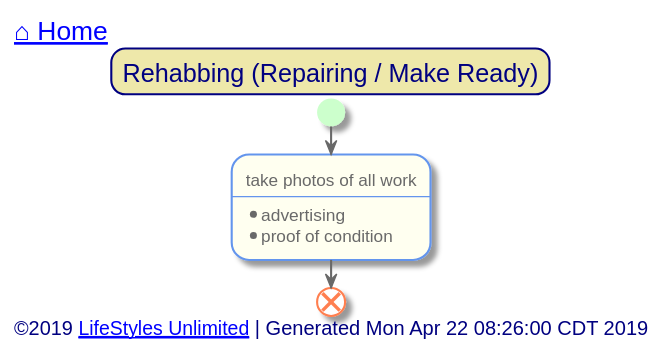
Above: out/src/single-family/rehabbing.svg in toddmo/lifestylesunlimited (PlantUML), before the change.
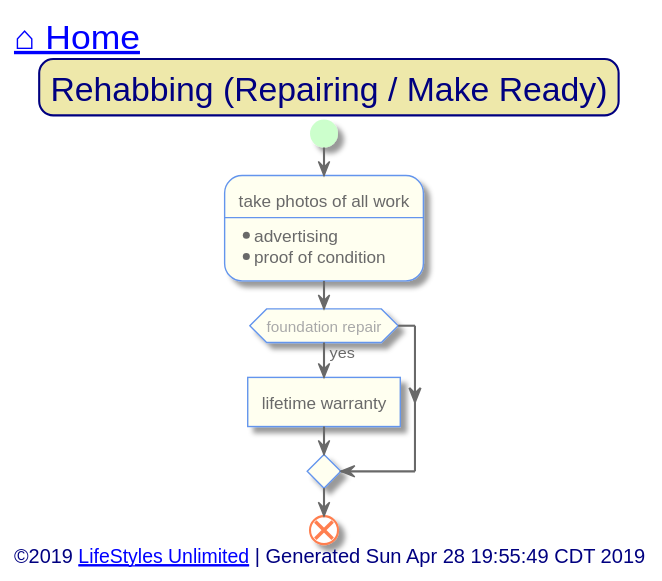
Above is the later version.

Change to the diagram source:
```diff
@@ -11,11 +11,13 @@
   BackgroundColor PaleGoldenRod
   BorderColor Navy
   BorderRoundCorner 20
+  FontSize 24
 }
 
 skinparam activity {
   BackgroundColor Ivory
   BorderColor CornflowerBlue
+  BorderThickness 1
   FontColor DimGray
 
 
@@ -73,7 +75,7 @@
 
 
 left header
-	<font color=Navy size=18>[[../index.svg ⌂ Home]]</font>
+	<font color=Navy size=24>[[../index.svg ⌂ Home]]</font>
 endheader
 
 
@@ -85,11 +87,15 @@
 		----
 		* advertising
 		* proof of condition;
+
+		if(foundation repair) then (yes)
+			:lifetime warranty]
+		endif
 	end
 
 
 left footer
-	<font size=14>©2019 [[http://www.lifestylesunlimited.com LifeStyles Unlimited]] | Generated Mon Apr 22 08:26:00 CDT 2019</font>
+	<font size=14>©2019 [[http://www.lifestylesunlimited.com LifeStyles Unlimited]] | Generated Sun Apr 28 19:55:49 CDT 2019</font>
 endfooter
 
 
```
